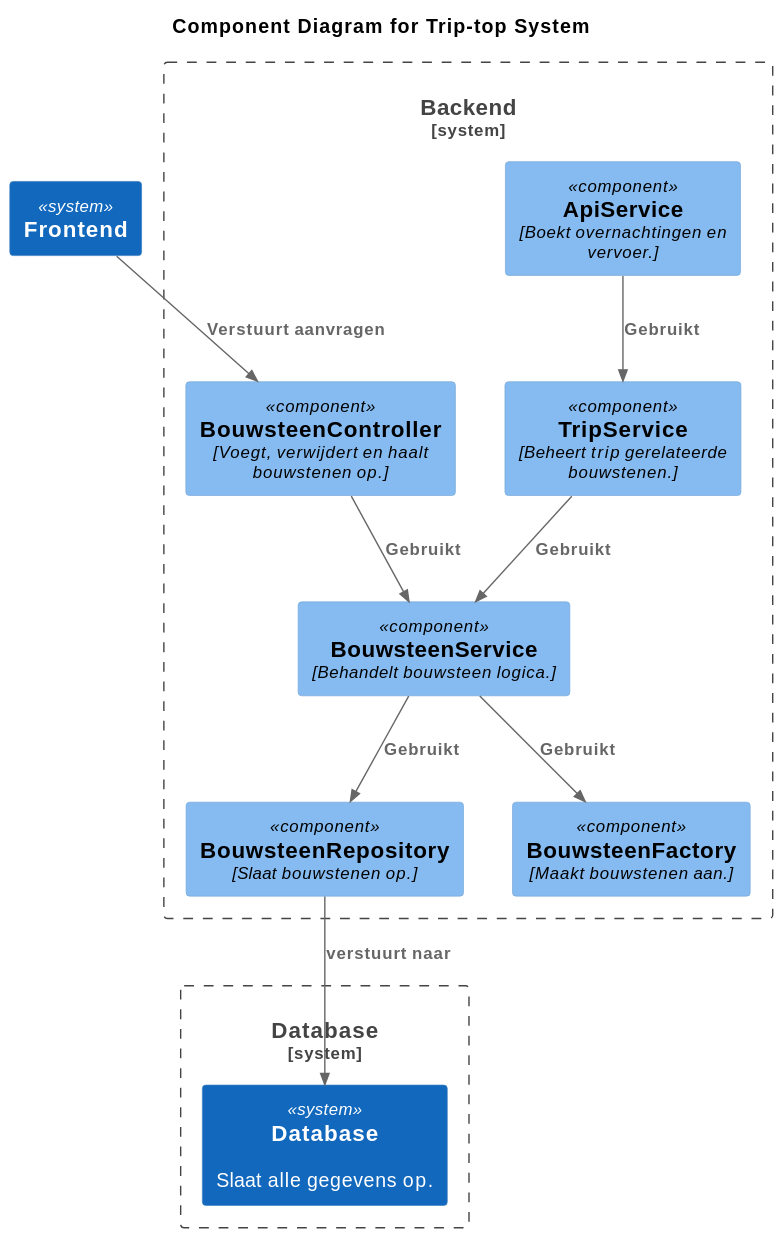
Earlier version of the PlantUML export Bartu/Onderzoek/componentDiagramOnderzoek-Component Diagram for Trip-top System.svg (AIM-ENE-feb25/triptop-dravende-dikdiks). Its diagram source:
```plantuml
@startuml
!include https://raw.githubusercontent.com/plantuml-stdlib/C4-PlantUML/master/C4_Component.puml

title Component Diagram for Trip-top System

System("Frontend", "Frontend", "")

System_Boundary("backend", "Backend") {
    Component("BouwsteenController", "BouwsteenController", "Voegt, verwijdert en haalt bouwstenen op.")
    Component("BouwsteenService", "BouwsteenService", "Behandelt bouwsteen logica.")
    Component("BouwsteenRepository", "BouwsteenRepository", "Slaat bouwstenen op.")
    Component("BouwsteenFactory", "BouwsteenFactory", "Maakt bouwstenen aan.")
    Component("TripService", "TripService", "Beheert trip gerelateerde bouwstenen.")
    Component("ApiService", "ApiService", "Boekt overnachtingen en vervoer.")
}

System_Boundary("database", "Database") {
    System("Database", "Database", "Slaat alle gegevens op.")
}

Rel("Frontend", "BouwsteenController", "Verstuurt aanvragen")
Rel("BouwsteenController", "BouwsteenService", "Gebruikt")
Rel("BouwsteenService", "BouwsteenRepository", "Gebruikt")
Rel("BouwsteenService", "BouwsteenFactory", "Gebruikt")
Rel("TripService", "BouwsteenService", "Gebruikt")
Rel("ApiService", "TripService", "Gebruikt")
Rel("BouwsteenRepository", "Database", "verstuurt naar")
@enduml
```
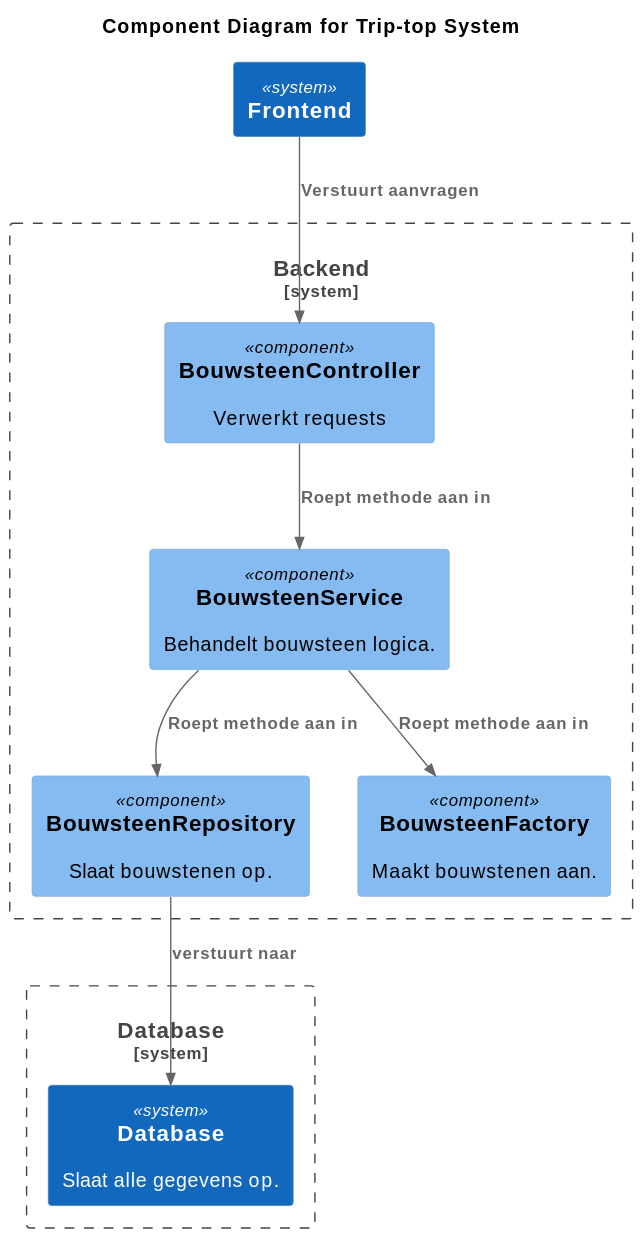
The same diagram one commit later.

Commit message:
up to date component

Change to the diagram source:
```diff
@@ -6,12 +6,10 @@
 System("Frontend", "Frontend", "")
 
 System_Boundary("backend", "Backend") {
-    Component("BouwsteenController", "BouwsteenController", "Voegt, verwijdert en haalt bouwstenen op.")
-    Component("BouwsteenService", "BouwsteenService", "Behandelt bouwsteen logica.")
-    Component("BouwsteenRepository", "BouwsteenRepository", "Slaat bouwstenen op.")
-    Component("BouwsteenFactory", "BouwsteenFactory", "Maakt bouwstenen aan.")
-    Component("TripService", "TripService", "Beheert trip gerelateerde bouwstenen.")
-    Component("ApiService", "ApiService", "Boekt overnachtingen en vervoer.")
+    Component("BouwsteenController", "BouwsteenController", "","Verwerkt requests")
+    Component("BouwsteenService", "BouwsteenService", "", "Behandelt bouwsteen logica.")
+    Component("BouwsteenRepository", "BouwsteenRepository", "", "Slaat bouwstenen op.")
+    Component("BouwsteenFactory", "BouwsteenFactory", "", "Maakt bouwstenen aan.")
 }
 
 System_Boundary("database", "Database") {
@@ -19,10 +17,8 @@
 }
 
 Rel("Frontend", "BouwsteenController", "Verstuurt aanvragen")
-Rel("BouwsteenController", "BouwsteenService", "Gebruikt")
-Rel("BouwsteenService", "BouwsteenRepository", "Gebruikt")
-Rel("BouwsteenService", "BouwsteenFactory", "Gebruikt")
-Rel("TripService", "BouwsteenService", "Gebruikt")
-Rel("ApiService", "TripService", "Gebruikt")
+Rel("BouwsteenController", "BouwsteenService", "Roept methode aan in")
+Rel("BouwsteenService", "BouwsteenRepository", "Roept methode aan in")
+Rel("BouwsteenService", "BouwsteenFactory", "Roept methode aan in")
 Rel("BouwsteenRepository", "Database", "verstuurt naar")
 @enduml
```
